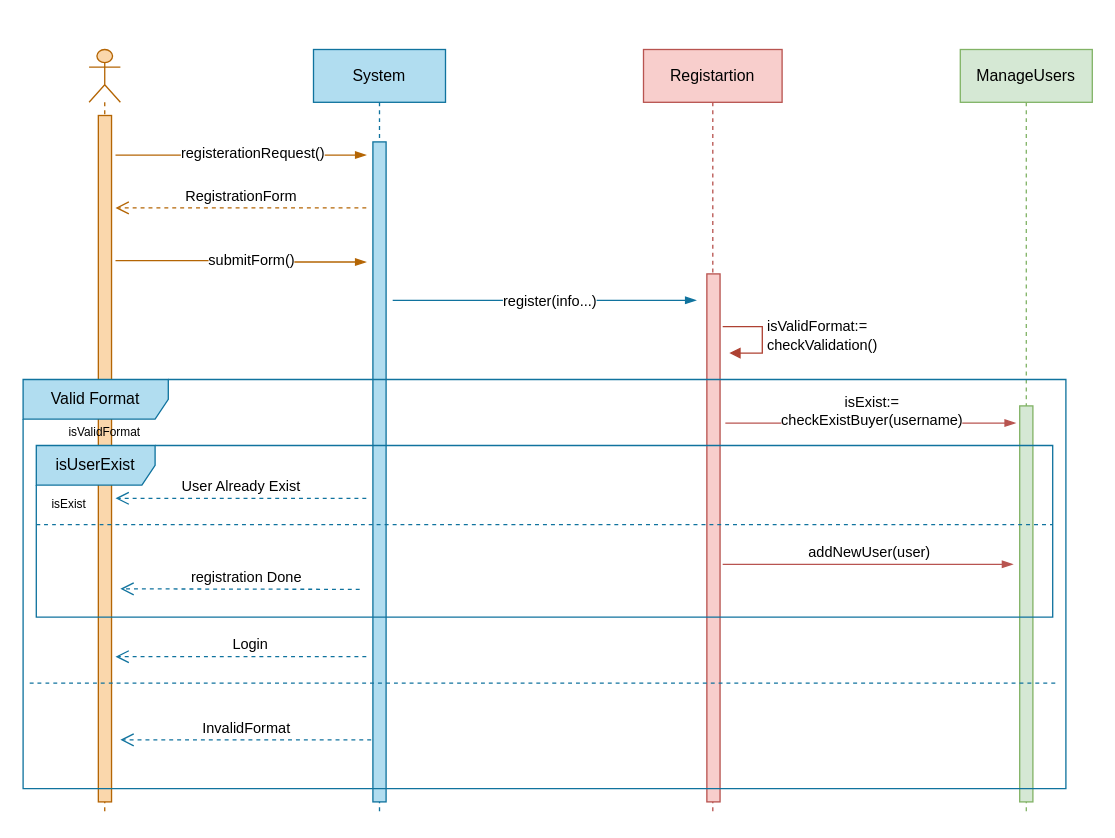
Earlier version of the draw.io diagram Images/Draw.io/Registartion_sequence_Diagram_1.drawio (shawkyebrahim2514/SW-Assignment-3-Toffee). Source tidied: cells renumbered, new cells numbered last; positions are measured from the earlier drawing's top-left corner, leaving out a move shared by most shapes. Both pictures are drawn from the tidied source at 132%, with x=0, y=0 at pixel (22, 49).
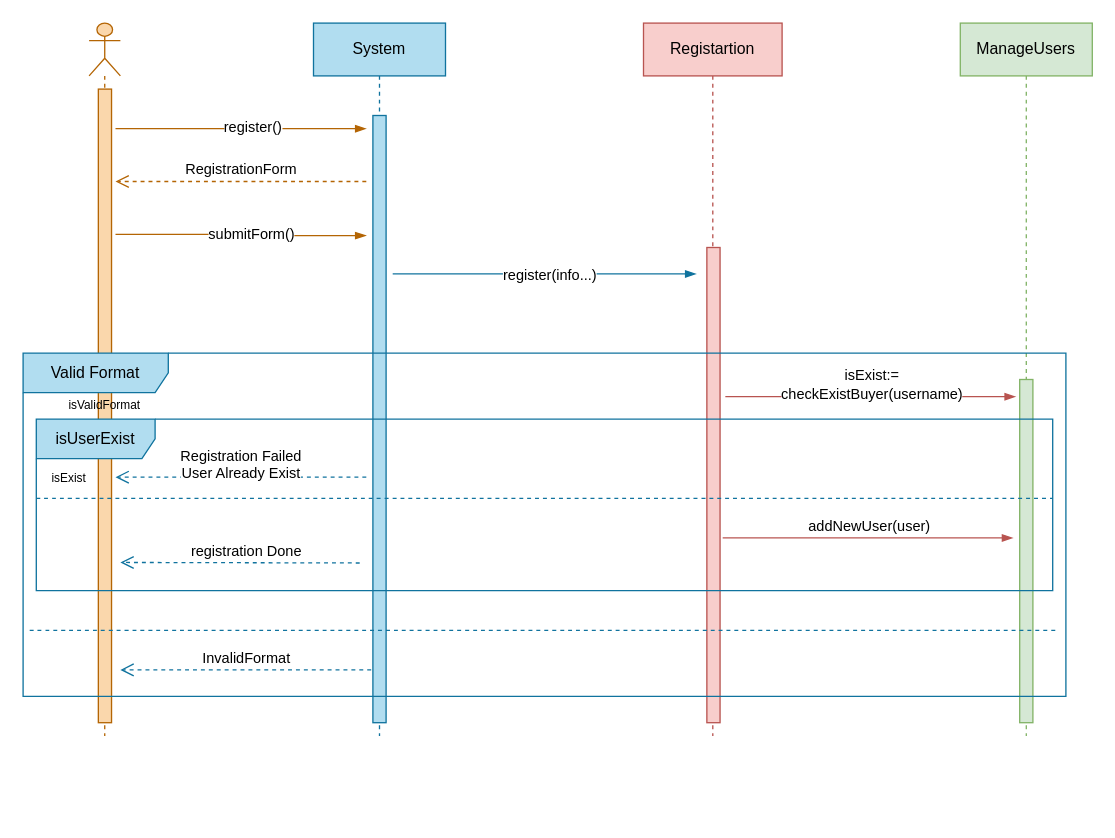
After the change.

Diff of the diagram source:
```diff
@@
+    <mxCell id="32" style="group;" parent="1" vertex="1">
+      <mxGeometry y="-20" width="810" height="540" as="geometry" />
+    </mxCell>
-    <mxCell id="2" style="shape=umlLifeline;perimeter=lifelinePerimeter;whiteSpace=wrap;html=1;newEdgeStyle={&quot;edgeStyle&quot;:&quot;elbowEdgeStyle&quot;,&quot;elbow&quot;:&quot;vertical&quot;,&quot;curved&quot;:0,&quot;rounded&quot;:0};participant=umlActor;fillColor=#fad7ac;strokeColor=#b46504;" parent="1" vertex="1">
-      <mxGeometry x="50" width="23.7" height="580" as="geometry" />
+    <mxCell id="2" style="shape=umlLifeline;perimeter=lifelinePerimeter;whiteSpace=wrap;html=1;newEdgeStyle={&quot;edgeStyle&quot;:&quot;elbowEdgeStyle&quot;,&quot;elbow&quot;:&quot;vertical&quot;,&quot;curved&quot;:0,&quot;rounded&quot;:0};participant=umlActor;fillColor=#fad7ac;strokeColor=#b46504;" parent="32" vertex="1">
+      <mxGeometry x="50" width="23.7" height="540" as="geometry" />
     </mxCell>
     <mxCell id="3" style="html=1;perimeter=orthogonalPerimeter;targetShapes=umlLifeline;newEdgeStyle={&quot;edgeStyle&quot;:&quot;elbowEdgeStyle&quot;,&quot;elbow&quot;:&quot;vertical&quot;,&quot;curved&quot;:0,&quot;rounded&quot;:0};fillColor=#fad7ac;strokeColor=#b46504;" parent="2" vertex="1">
-      <mxGeometry x="7" y="50" width="10" height="520" as="geometry" />
+      <mxGeometry x="7" y="50" width="10" height="480" as="geometry" />
     </mxCell>
-    <mxCell id="4" value="System" style="shape=umlLifeline;perimeter=lifelinePerimeter;whiteSpace=wrap;html=1;newEdgeStyle={&quot;edgeStyle&quot;:&quot;elbowEdgeStyle&quot;,&quot;elbow&quot;:&quot;vertical&quot;,&quot;curved&quot;:0,&quot;rounded&quot;:0};fillColor=#b1ddf0;strokeColor=#10739e;" parent="1" vertex="1">
-      <mxGeometry x="220" width="100" height="580" as="geometry" />
+    <mxCell id="4" value="System" style="shape=umlLifeline;perimeter=lifelinePerimeter;whiteSpace=wrap;html=1;newEdgeStyle={&quot;edgeStyle&quot;:&quot;elbowEdgeStyle&quot;,&quot;elbow&quot;:&quot;vertical&quot;,&quot;curved&quot;:0,&quot;rounded&quot;:0};fillColor=#b1ddf0;strokeColor=#10739e;" parent="32" vertex="1">
+      <mxGeometry x="220" width="100" height="540" as="geometry" />
     </mxCell>
     <mxCell id="5" style="html=1;perimeter=orthogonalPerimeter;targetShapes=umlLifeline;newEdgeStyle={&quot;edgeStyle&quot;:&quot;elbowEdgeStyle&quot;,&quot;elbow&quot;:&quot;vertical&quot;,&quot;curved&quot;:0,&quot;rounded&quot;:0};fillColor=#b1ddf0;strokeColor=#10739e;" parent="4" vertex="1">
-      <mxGeometry x="45" y="70" width="10" height="500" as="geometry" />
+      <mxGeometry x="45" y="70" width="10" height="460" as="geometry" />
     </mxCell>
-    <mxCell id="6" value="Registartion" style="shape=umlLifeline;perimeter=lifelinePerimeter;whiteSpace=wrap;html=1;newEdgeStyle={&quot;edgeStyle&quot;:&quot;elbowEdgeStyle&quot;,&quot;elbow&quot;:&quot;vertical&quot;,&quot;curved&quot;:0,&quot;rounded&quot;:0};fillColor=#f8cecc;strokeColor=#b85450;" parent="1" vertex="1">
-      <mxGeometry x="470" width="105" height="580" as="geometry" />
+    <mxCell id="6" value="Registartion" style="shape=umlLifeline;perimeter=lifelinePerimeter;whiteSpace=wrap;html=1;newEdgeStyle={&quot;edgeStyle&quot;:&quot;elbowEdgeStyle&quot;,&quot;elbow&quot;:&quot;vertical&quot;,&quot;curved&quot;:0,&quot;rounded&quot;:0};fillColor=#f8cecc;strokeColor=#b85450;" parent="32" vertex="1">
+      <mxGeometry x="470" width="105" height="540" as="geometry" />
     </mxCell>
     <mxCell id="7" style="html=1;perimeter=orthogonalPerimeter;targetShapes=umlLifeline;newEdgeStyle={&quot;edgeStyle&quot;:&quot;elbowEdgeStyle&quot;,&quot;elbow&quot;:&quot;vertical&quot;,&quot;curved&quot;:0,&quot;rounded&quot;:0};fillColor=#f8cecc;strokeColor=#b85450;" parent="6" vertex="1">
-      <mxGeometry x="48" y="170" width="10" height="400" as="geometry" />
+      <mxGeometry x="48" y="170" width="10" height="360" as="geometry" />
     </mxCell>
-    <mxCell id="8" value="ManageUsers" style="shape=umlLifeline;perimeter=lifelinePerimeter;whiteSpace=wrap;html=1;newEdgeStyle={&quot;edgeStyle&quot;:&quot;elbowEdgeStyle&quot;,&quot;elbow&quot;:&quot;vertical&quot;,&quot;curved&quot;:0,&quot;rounded&quot;:0};fillColor=#d5e8d4;strokeColor=#82b366;" parent="1" vertex="1">
-      <mxGeometry x="710" width="100" height="580" as="geometry" />
+    <mxCell id="8" value="ManageUsers" style="shape=umlLifeline;perimeter=lifelinePerimeter;whiteSpace=wrap;html=1;newEdgeStyle={&quot;edgeStyle&quot;:&quot;elbowEdgeStyle&quot;,&quot;elbow&quot;:&quot;vertical&quot;,&quot;curved&quot;:0,&quot;rounded&quot;:0};fillColor=#d5e8d4;strokeColor=#82b366;" parent="32" vertex="1">
+      <mxGeometry x="710" width="100" height="540" as="geometry" />
     </mxCell>
     <mxCell id="9" style="html=1;perimeter=orthogonalPerimeter;targetShapes=umlLifeline;newEdgeStyle={&quot;edgeStyle&quot;:&quot;elbowEdgeStyle&quot;,&quot;elbow&quot;:&quot;vertical&quot;,&quot;curved&quot;:0,&quot;rounded&quot;:0};fillColor=#d5e8d4;strokeColor=#82b366;" parent="8" vertex="1">
-      <mxGeometry x="45" y="270" width="10" height="300" as="geometry" />
+      <mxGeometry x="45" y="270" width="10" height="260" as="geometry" />
     </mxCell>
-    <mxCell id="10" style="edgeStyle=elbowEdgeStyle;fontSize=12;html=1;endArrow=blockThin;endFill=1;rounded=0;fillColor=#fad7ac;strokeColor=#b46504;" parent="1" edge="1">
+    <mxCell id="10" style="edgeStyle=elbowEdgeStyle;fontSize=12;html=1;endArrow=blockThin;endFill=1;rounded=0;fillColor=#fad7ac;strokeColor=#b46504;" parent="32" edge="1">
       <mxGeometry relative="1" as="geometry">
         <mxPoint x="70" y="80" as="sourcePoint" />
         <mxPoint x="260" y="80" as="targetPoint" />
       </mxGeometry>
     </mxCell>
-    <mxCell id="11" value="registerationRequest()" style="edgeLabel;html=1;align=center;verticalAlign=middle;" parent="10" vertex="1">
+    <mxCell id="11" value="register()" style="edgeLabel;html=1;align=center;verticalAlign=middle;" parent="10" vertex="1">
       <mxGeometry x="0.08" y="2" relative="1" as="geometry" />
     </mxCell>
-    <mxCell id="12" value="RegistrationForm" style="html=1;verticalAlign=bottom;endArrow=open;dashed=1;endSize=8;edgeStyle=elbowEdgeStyle;elbow=vertical;curved=0;rounded=0;fillColor=#fad7ac;strokeColor=#b46504;" parent="1" edge="1">
+    <mxCell id="12" value="RegistrationForm" style="html=1;verticalAlign=bottom;endArrow=open;dashed=1;endSize=8;edgeStyle=elbowEdgeStyle;elbow=vertical;curved=0;rounded=0;fillColor=#fad7ac;strokeColor=#b46504;" parent="32" edge="1">
       <mxGeometry relative="1" as="geometry">
         <mxPoint x="260" y="120" as="sourcePoint" />
         <mxPoint x="70" y="120" as="targetPoint" />
         <Array as="points">
           <mxPoint x="220" y="120" />
         </Array>
       </mxGeometry>
     </mxCell>
-    <mxCell id="13" style="edgeStyle=elbowEdgeStyle;fontSize=12;html=1;endArrow=blockThin;endFill=1;rounded=0;fillColor=#fad7ac;strokeColor=#b46504;" parent="1" edge="1">
+    <mxCell id="13" style="edgeStyle=elbowEdgeStyle;fontSize=12;html=1;endArrow=blockThin;endFill=1;rounded=0;fillColor=#fad7ac;strokeColor=#b46504;" parent="32" edge="1">
       <mxGeometry relative="1" as="geometry">
         <mxPoint x="70" y="160" as="sourcePoint" />
         <mxPoint x="260" y="161" as="targetPoint" />
       </mxGeometry>
     </mxCell>
@@
-    <mxCell id="15" style="edgeStyle=elbowEdgeStyle;fontSize=12;html=1;endArrow=blockThin;endFill=1;rounded=0;fillColor=#b1ddf0;strokeColor=#10739e;" parent="1" edge="1">
+    <mxCell id="15" style="edgeStyle=elbowEdgeStyle;fontSize=12;html=1;endArrow=blockThin;endFill=1;rounded=0;fillColor=#b1ddf0;strokeColor=#10739e;" parent="32" edge="1">
       <mxGeometry relative="1" as="geometry">
         <mxPoint x="280" y="190" as="sourcePoint" />
         <mxPoint x="510" y="190" as="targetPoint" />
       </mxGeometry>
     </mxCell>
@@
-    <mxCell id="17" value="isValidFormat:=&lt;br&gt;checkValidation()" style="edgeStyle=orthogonalEdgeStyle;html=1;align=left;spacingLeft=2;endArrow=block;rounded=0;entryX=1;entryY=0;fillColor=#fad9d5;strokeColor=#ae4132;" parent="1" edge="1">
-      <mxGeometry x="-0.01" relative="1" as="geometry">
-        <mxPoint x="530" y="210" as="sourcePoint" />
-        <mxPoint x="535" y="230" as="targetPoint" />
-        <Array as="points">
-          <mxPoint x="560" y="210" />
-        </Array>
-      </mxGeometry>
-    </mxCell>
-    <mxCell id="18" style="edgeStyle=elbowEdgeStyle;fontSize=12;html=1;endArrow=blockThin;endFill=1;rounded=0;fillColor=#f8cecc;strokeColor=#b85450;" parent="1" edge="1">
+    <mxCell id="18" style="edgeStyle=elbowEdgeStyle;fontSize=12;html=1;endArrow=blockThin;endFill=1;rounded=0;fillColor=#f8cecc;strokeColor=#b85450;" parent="32" edge="1">
       <mxGeometry relative="1" as="geometry">
         <mxPoint x="530" y="390" as="sourcePoint" />
         <mxPoint x="750" y="390" as="targetPoint" />
       </mxGeometry>
     </mxCell>
@@
-    <mxCell id="20" value="Valid Format" style="shape=umlFrame;whiteSpace=wrap;html=1;width=110;height=30;fillColor=#b1ddf0;strokeColor=#10739e;" parent="1" vertex="1">
-      <mxGeometry y="250" width="790" height="310" as="geometry" />
+    <mxCell id="20" value="Valid Format" style="shape=umlFrame;whiteSpace=wrap;html=1;width=110;height=30;fillColor=#b1ddf0;strokeColor=#10739e;" parent="32" vertex="1">
+      <mxGeometry y="250" width="790" height="260" as="geometry" />
     </mxCell>
-    <mxCell id="21" value="registration Done" style="html=1;verticalAlign=bottom;endArrow=open;dashed=1;endSize=8;edgeStyle=elbowEdgeStyle;elbow=vertical;curved=0;rounded=0;fillColor=#b1ddf0;strokeColor=#10739e;" parent="1" edge="1">
+    <mxCell id="21" value="registration Done" style="html=1;verticalAlign=bottom;endArrow=open;dashed=1;endSize=8;edgeStyle=elbowEdgeStyle;elbow=vertical;curved=0;rounded=0;fillColor=#b1ddf0;strokeColor=#10739e;" parent="32" edge="1">
       <mxGeometry x="-0.05" relative="1" as="geometry">
         <mxPoint x="255" y="409" as="sourcePoint" />
         <mxPoint x="73.7" y="408.6" as="targetPoint" />
         <Array as="points">
           <mxPoint x="243.7" y="408.6" />
         </Array>
       </mxGeometry>
     </mxCell>
-    <mxCell id="22" value="Login" style="html=1;verticalAlign=bottom;endArrow=open;dashed=1;endSize=8;edgeStyle=elbowEdgeStyle;elbow=vertical;curved=0;rounded=0;fillColor=#b1ddf0;strokeColor=#10739e;" parent="1" edge="1">
-      <mxGeometry x="-0.07" relative="1" as="geometry">
-        <mxPoint x="260" y="460" as="sourcePoint" />
-        <mxPoint x="70" y="460" as="targetPoint" />
-      </mxGeometry>
-    </mxCell>
-    <mxCell id="23" value="InvalidFormat" style="html=1;verticalAlign=bottom;endArrow=open;dashed=1;endSize=8;edgeStyle=elbowEdgeStyle;elbow=vertical;curved=0;rounded=0;fillColor=#b1ddf0;strokeColor=#10739e;" parent="1" edge="1">
+    <mxCell id="23" value="InvalidFormat" style="html=1;verticalAlign=bottom;endArrow=open;dashed=1;endSize=8;edgeStyle=elbowEdgeStyle;elbow=vertical;curved=0;rounded=0;fillColor=#b1ddf0;strokeColor=#10739e;" parent="32" edge="1">
       <mxGeometry relative="1" as="geometry">
-        <mxPoint x="263.7" y="523" as="sourcePoint" />
-        <mxPoint x="73.7" y="523" as="targetPoint" />
+        <mxPoint x="263.7" y="490" as="sourcePoint" />
+        <mxPoint x="73.7" y="490" as="targetPoint" />
         <Array as="points">
-          <mxPoint x="223.1" y="523" />
-          <mxPoint x="113" y="513" />
-          <mxPoint x="103" y="523" />
-          <mxPoint x="223.1" y="573" />
+          <mxPoint x="223.1" y="490" />
+          <mxPoint x="113" y="480" />
+          <mxPoint x="103" y="490" />
+          <mxPoint x="223.1" y="540" />
         </Array>
       </mxGeometry>
     </mxCell>
-    <mxCell id="24" value="isUserExist" style="shape=umlFrame;whiteSpace=wrap;html=1;width=90;height=30;fillColor=#b1ddf0;strokeColor=#10739e;" parent="1" vertex="1">
+    <mxCell id="24" value="isUserExist" style="shape=umlFrame;whiteSpace=wrap;html=1;width=90;height=30;fillColor=#b1ddf0;strokeColor=#10739e;" parent="32" vertex="1">
       <mxGeometry x="10" y="300" width="770" height="130" as="geometry" />
     </mxCell>
-    <mxCell id="25" value="User Already Exist" style="html=1;verticalAlign=bottom;endArrow=open;dashed=1;endSize=8;edgeStyle=elbowEdgeStyle;elbow=vertical;curved=0;rounded=0;fillColor=#b1ddf0;strokeColor=#10739e;" parent="1" edge="1">
-      <mxGeometry relative="1" as="geometry">
-        <mxPoint x="260" y="340" as="sourcePoint" />
-        <mxPoint x="70" y="340" as="targetPoint" />
+    <mxCell id="25" value="Registration Failed&lt;br&gt;User Already Exist" style="html=1;verticalAlign=bottom;endArrow=open;dashed=1;endSize=8;edgeStyle=elbowEdgeStyle;elbow=vertical;curved=0;rounded=0;fillColor=#b1ddf0;strokeColor=#10739e;" parent="32" edge="1">
+      <mxGeometry y="6" relative="1" as="geometry">
+        <mxPoint x="260" y="344" as="sourcePoint" />
+        <mxPoint x="70" y="344" as="targetPoint" />
         <Array as="points">
-          <mxPoint x="200" y="340" />
+          <mxPoint x="200" y="344" />
         </Array>
       </mxGeometry>
     </mxCell>
-    <mxCell id="26" style="endArrow=none;dashed=1;html=1;rounded=0;startSize=14;endSize=14;sourcePerimeterSpacing=8;targetPerimeterSpacing=8;curved=1;fillColor=#b1ddf0;strokeColor=#10739e;" parent="1" edge="1">
+    <mxCell id="26" style="endArrow=none;dashed=1;html=1;rounded=0;startSize=14;endSize=14;sourcePerimeterSpacing=8;targetPerimeterSpacing=8;curved=1;fillColor=#b1ddf0;strokeColor=#10739e;" parent="32" edge="1">
       <mxGeometry relative="1" as="geometry">
-        <mxPoint x="5" y="480" as="sourcePoint" />
-        <mxPoint x="785" y="480" as="targetPoint" />
+        <mxPoint x="5" y="460" as="sourcePoint" />
+        <mxPoint x="785" y="460" as="targetPoint" />
       </mxGeometry>
     </mxCell>
-    <mxCell id="27" style="endArrow=none;dashed=1;html=1;rounded=0;startSize=14;endSize=14;sourcePerimeterSpacing=8;targetPerimeterSpacing=8;curved=1;fillColor=#b1ddf0;strokeColor=#10739e;" parent="1" edge="1">
+    <mxCell id="27" style="endArrow=none;dashed=1;html=1;rounded=0;startSize=14;endSize=14;sourcePerimeterSpacing=8;targetPerimeterSpacing=8;curved=1;fillColor=#b1ddf0;strokeColor=#10739e;" parent="32" edge="1">
       <mxGeometry relative="1" as="geometry">
         <mxPoint x="10" y="360" as="sourcePoint" />
         <mxPoint x="780" y="360" as="targetPoint" />
       </mxGeometry>
     </mxCell>
-    <mxCell id="28" value="&lt;font style=&quot;font-size: 9px;&quot;&gt;isValidFormat&lt;/font&gt;" style="text;html=1;strokeColor=none;fillColor=none;align=center;verticalAlign=middle;whiteSpace=wrap;rounded=0;strokeWidth=0;" parent="1" vertex="1">
+    <mxCell id="28" value="&lt;font style=&quot;font-size: 9px;&quot;&gt;isValidFormat&lt;/font&gt;" style="text;html=1;strokeColor=none;fillColor=none;align=center;verticalAlign=middle;whiteSpace=wrap;rounded=0;strokeWidth=0;" parent="32" vertex="1">
       <mxGeometry x="31.8" y="274" width="60" height="30" as="geometry" />
     </mxCell>
-    <mxCell id="29" value="&lt;font style=&quot;font-size: 9px;&quot;&gt;isExist&lt;/font&gt;" style="text;html=1;strokeColor=none;fillColor=none;align=center;verticalAlign=middle;whiteSpace=wrap;rounded=0;strokeWidth=0;" parent="1" vertex="1">
+    <mxCell id="29" value="&lt;font style=&quot;font-size: 9px;&quot;&gt;isExist&lt;/font&gt;" style="text;html=1;strokeColor=none;fillColor=none;align=center;verticalAlign=middle;whiteSpace=wrap;rounded=0;strokeWidth=0;" parent="32" vertex="1">
       <mxGeometry x="5" y="329" width="60" height="30" as="geometry" />
     </mxCell>
-    <mxCell id="30" style="edgeStyle=elbowEdgeStyle;fontSize=12;html=1;endArrow=blockThin;endFill=1;rounded=0;fillColor=#f8cecc;strokeColor=#b85450;" parent="1" edge="1">
+    <mxCell id="30" style="edgeStyle=elbowEdgeStyle;fontSize=12;html=1;endArrow=blockThin;endFill=1;rounded=0;fillColor=#f8cecc;strokeColor=#b85450;" parent="32" edge="1">
       <mxGeometry relative="1" as="geometry">
         <mxPoint x="532" y="283" as="sourcePoint" />
         <mxPoint x="752" y="283" as="targetPoint" />
       </mxGeometry>
     </mxCell>
```
